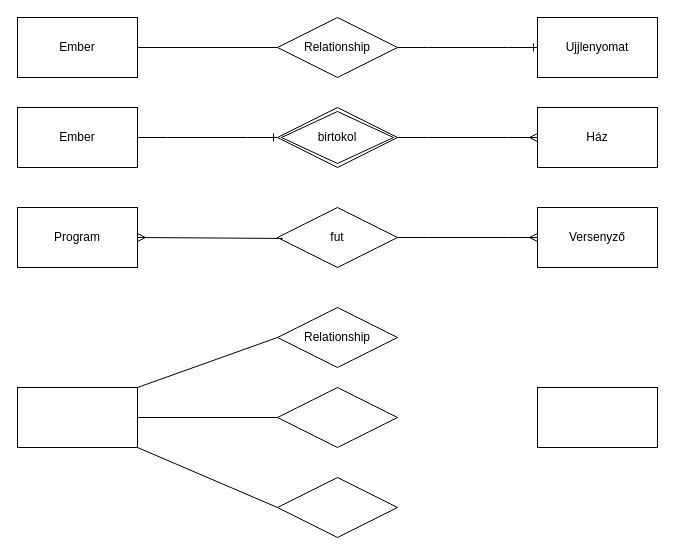
Before: HEPMIU_0927/hepmiu_3.4.drawio in urbanoliver/HEPMIU_DB1Gyak, a draw.io diagram. Source tidied: cells renumbered, new cells numbered last; positions are measured from the earlier drawing's top-left corner, leaving out a move shared by most shapes. Both pictures are drawn from the tidied source at 100%, with x=0, y=0 at pixel (17, 17).
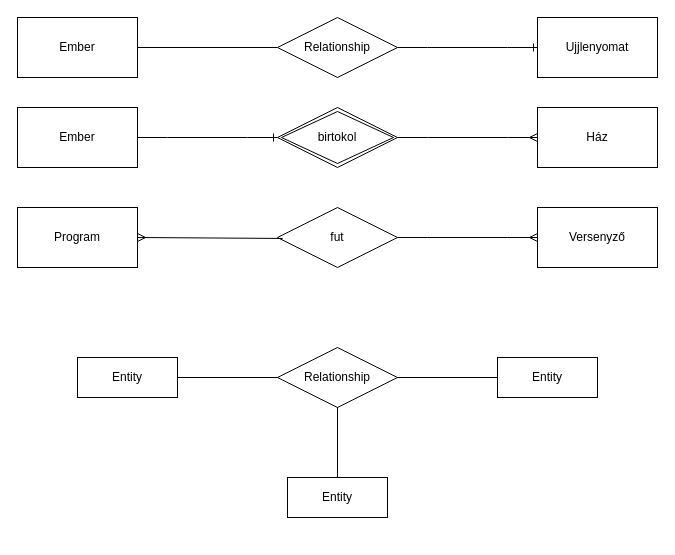
The same diagram, later.

What changed in the source:
```diff
@@
-    <mxCell id="17" style="rounded=0;whiteSpace=wrap;html=1;" parent="1" vertex="1">
-      <mxGeometry y="370" width="120" height="60" as="geometry" />
-    </mxCell>
-    <mxCell id="18" style="rounded=0;whiteSpace=wrap;html=1;" parent="1" vertex="1">
-      <mxGeometry x="520" y="370" width="120" height="60" as="geometry" />
-    </mxCell>
+    <mxCell id="25" value="Entity" style="whiteSpace=wrap;html=1;align=center;" parent="1" vertex="1">
+      <mxGeometry x="270" y="460" width="100" height="40" as="geometry" />
+    </mxCell>
+    <mxCell id="26" value="Entity" style="whiteSpace=wrap;html=1;align=center;" parent="1" vertex="1">
+      <mxGeometry x="480" y="340" width="100" height="40" as="geometry" />
+    </mxCell>
+    <mxCell id="27" value="Entity" style="whiteSpace=wrap;html=1;align=center;" parent="1" vertex="1">
+      <mxGeometry x="60" y="340" width="100" height="40" as="geometry" />
+    </mxCell>
+    <mxCell id="28" style="endArrow=none;html=1;rounded=0;entryX=0.5;entryY=0;entryDx=0;entryDy=0;exitX=0.5;exitY=1;exitDx=0;exitDy=0;" parent="1" edge="1" target="25">
+      <mxGeometry relative="1" as="geometry">
+        <mxPoint x="320" y="380" as="sourcePoint" />
+      </mxGeometry>
+    </mxCell>
+    <mxCell id="29" style="endArrow=none;html=1;rounded=0;entryX=0;entryY=0.5;entryDx=0;entryDy=0;exitX=1;exitY=0.5;exitDx=0;exitDy=0;" parent="1" edge="1" source="27">
+      <mxGeometry relative="1" as="geometry">
+        <mxPoint x="270" y="360" as="targetPoint" />
+      </mxGeometry>
+    </mxCell>
+    <mxCell id="30" style="endArrow=none;html=1;rounded=0;entryX=0;entryY=0.5;entryDx=0;entryDy=0;exitX=1;exitY=0.5;exitDx=0;exitDy=0;" parent="1" edge="1" target="26">
+      <mxGeometry relative="1" as="geometry">
+        <mxPoint x="370" y="360" as="sourcePoint" />
+      </mxGeometry>
+    </mxCell>
     <mxCell id="19" value="Relationship" style="shape=rhombus;perimeter=rhombusPerimeter;whiteSpace=wrap;html=1;align=center;" parent="1" vertex="1">
-      <mxGeometry x="260" y="290" width="120" height="60" as="geometry" />
+      <mxGeometry x="260" y="330" width="120" height="60" as="geometry" />
     </mxCell>
-    <mxCell id="20" value="&amp;nbsp;" style="shape=rhombus;perimeter=rhombusPerimeter;whiteSpace=wrap;html=1;align=center;" parent="1" vertex="1">
-      <mxGeometry x="260" y="370" width="120" height="60" as="geometry" />
-    </mxCell>
-    <mxCell id="21" style="shape=rhombus;perimeter=rhombusPerimeter;whiteSpace=wrap;html=1;align=center;" parent="1" vertex="1">
-      <mxGeometry x="260" y="460" width="120" height="60" as="geometry" />
-    </mxCell>
-    <mxCell id="22" style="endArrow=none;html=1;rounded=0;exitX=1;exitY=0;exitDx=0;exitDy=0;entryX=0;entryY=0.5;entryDx=0;entryDy=0;" parent="1" edge="1" source="17" target="19">
-      <mxGeometry relative="1" as="geometry" />
-    </mxCell>
-    <mxCell id="23" style="endArrow=none;html=1;rounded=0;exitX=1;exitY=0.5;exitDx=0;exitDy=0;" parent="1" edge="1" source="17" target="20">
-      <mxGeometry relative="1" as="geometry" />
-    </mxCell>
-    <mxCell id="24" style="endArrow=none;html=1;rounded=0;exitX=1;exitY=1;exitDx=0;exitDy=0;entryX=0;entryY=0.5;entryDx=0;entryDy=0;" parent="1" edge="1" source="17" target="21">
-      <mxGeometry relative="1" as="geometry" />
-    </mxCell>
```
